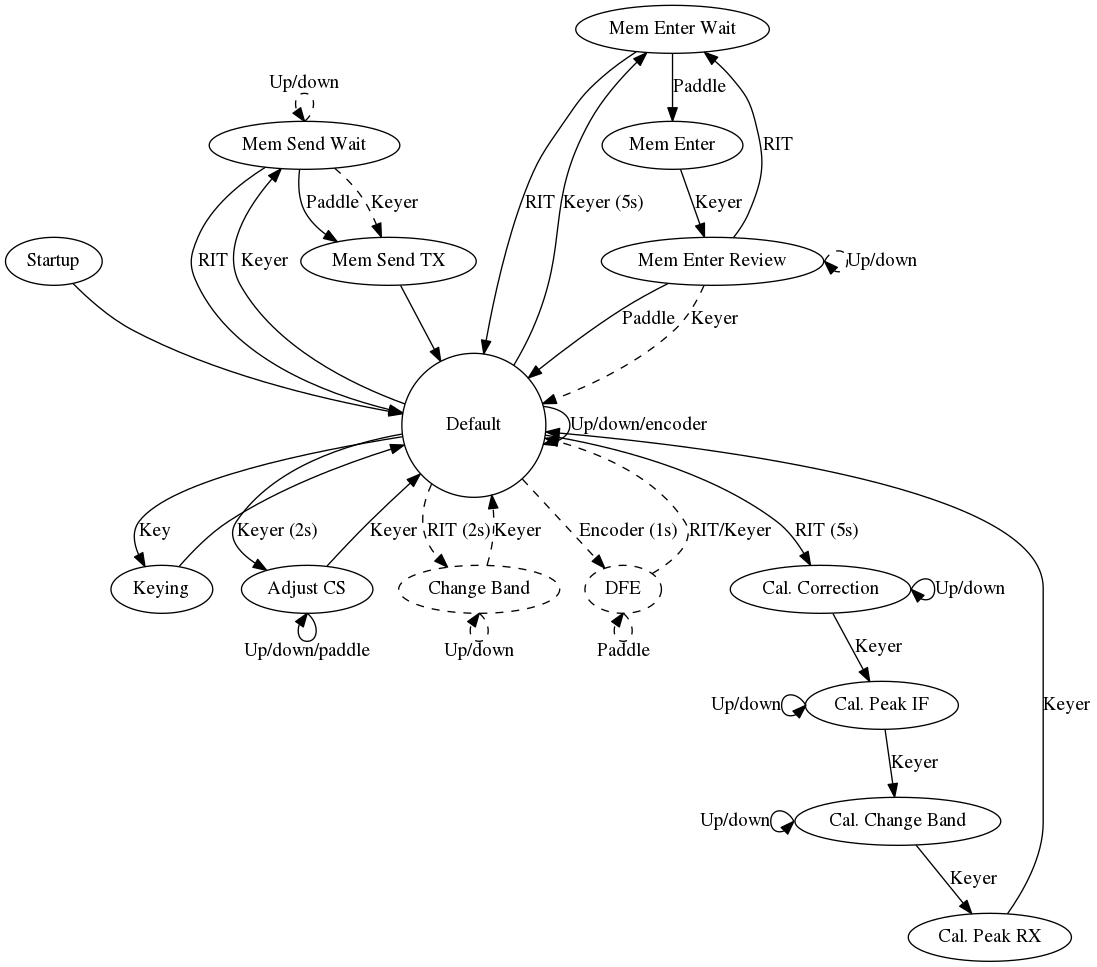
Earlier version of the Graphviz export README/states.png (camilstaps/SODA-POP-source). Its source is kept beside it as README/states.dot.
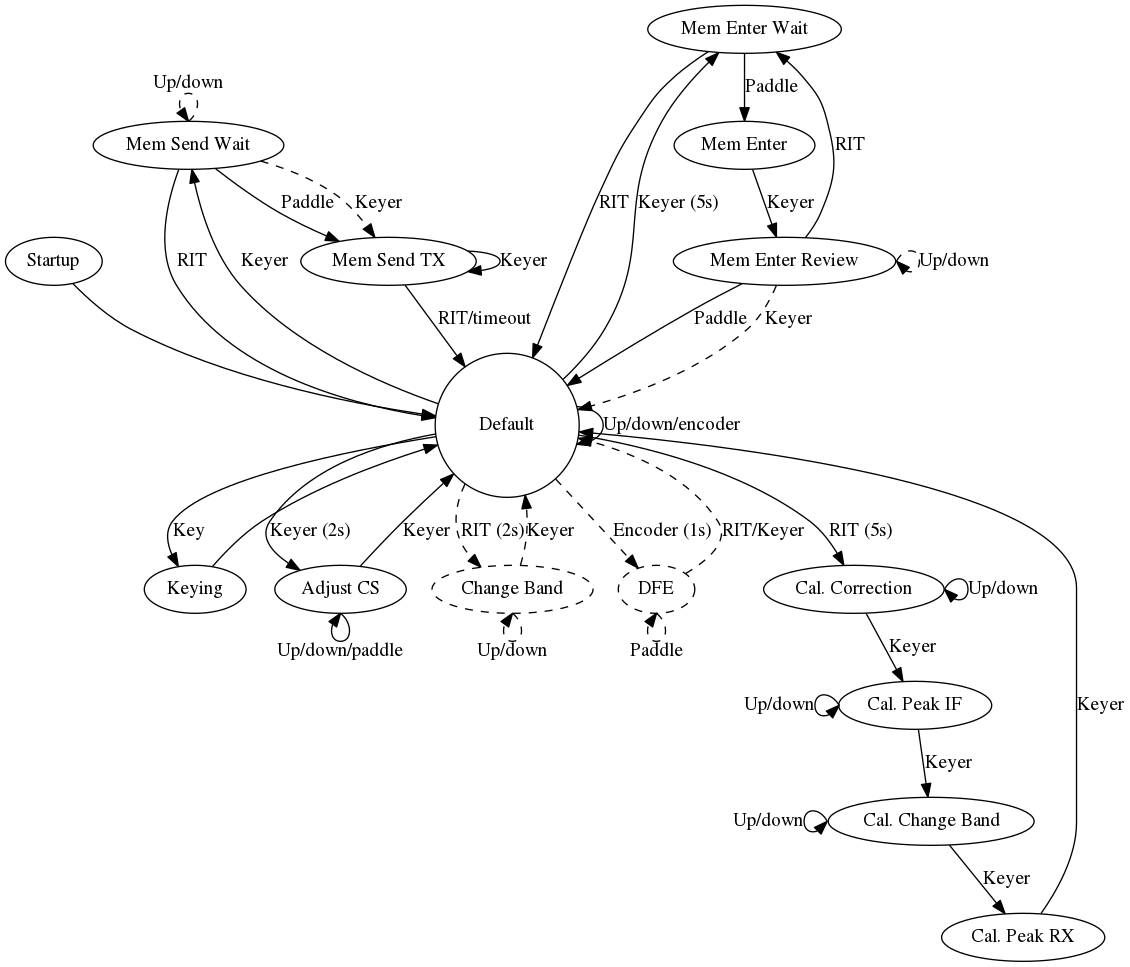
The same file after the commit.

What changed in the source:
```diff
@@ -37,9 +37,10 @@
 	default -> mem_send_wait [label="Keyer", constraint=false];
 	mem_send_wait -> default [label="RIT"];
 	mem_send_wait:n -> mem_send_wait:n [label="Up/down", style="dashed"]
-	mem_send_wait -> mem_send_tx [label="Paddle"];
+	mem_send_wait -> mem_send_tx [label="Paddle", constraint=false];
 	mem_send_wait -> mem_send_tx [label="Keyer", style="dashed"];
-	mem_send_tx -> default;
+	mem_send_tx -> mem_send_tx [label="Keyer"];
+	mem_send_tx -> default [label="RIT/timeout"];
 
 	default -> mem_enter_wait [label="Keyer (5s)", constraint=false];
 	mem_enter_wait -> default [label="RIT"];
```
